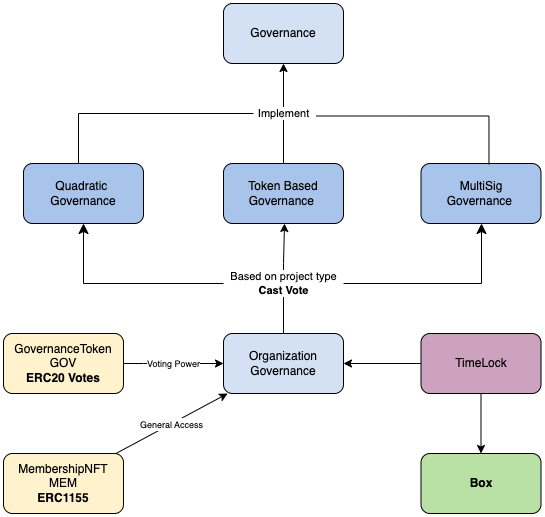
Earlier version of the draw.io export assets/contract-architecture.png (anaraicu/infra-dao). Source tidied: cells renumbered, new cells last; positions are measured from the earlier drawing's top-left corner, leaving out a move shared by most shapes. Source of this version:
```xml
<mxGraphModel>
  <root>
    <mxCell id="0" />
    <mxCell id="1" parent="0" />
    <mxCell id="2" value="MembershipNFT&lt;br&gt;MEM&lt;br&gt;&lt;b&gt;ERC1155&lt;/b&gt;" style="rounded=1;whiteSpace=wrap;html=1;fillColor=#FFF2CC;" parent="1" vertex="1">
      <mxGeometry y="450" width="120" height="60" as="geometry" />
    </mxCell>
    <mxCell id="3" value="GovernanceToken&lt;br&gt;GOV&lt;br&gt;&lt;b&gt;ERC20 Votes&lt;/b&gt;" style="rounded=1;whiteSpace=wrap;html=1;fillColor=#FFF2CC;" parent="1" vertex="1">
      <mxGeometry y="330" width="120" height="60" as="geometry" />
    </mxCell>
    <mxCell id="4" value="Organization&lt;br&gt;Governance" style="rounded=1;whiteSpace=wrap;html=1;fillColor=#D4E1F5;" parent="1" vertex="1">
      <mxGeometry x="220" y="330" width="120" height="60" as="geometry" />
    </mxCell>
    <mxCell id="5" value="Governance" style="rounded=1;whiteSpace=wrap;html=1;fillColor=#D4E1F5;" parent="1" vertex="1">
      <mxGeometry x="220" width="120" height="60" as="geometry" />
    </mxCell>
    <mxCell id="6" value="Quadratic&amp;nbsp;&lt;br&gt;Governance" style="rounded=1;whiteSpace=wrap;html=1;fillColor=#A9C4EB;" parent="1" vertex="1">
      <mxGeometry x="20" y="160" width="120" height="60" as="geometry" />
    </mxCell>
    <mxCell id="7" value="Token Based&lt;br&gt;Governance&amp;nbsp;" style="rounded=1;whiteSpace=wrap;html=1;fillColor=#A9C4EB;" parent="1" vertex="1">
      <mxGeometry x="220" y="160" width="120" height="60" as="geometry" />
    </mxCell>
    <mxCell id="8" value="MultiSig&lt;br&gt;Governance&amp;nbsp;" style="rounded=1;whiteSpace=wrap;html=1;fillColor=#A9C4EB;" parent="1" vertex="1">
      <mxGeometry x="417.5" y="160" width="120" height="60" as="geometry" />
    </mxCell>
    <mxCell id="9" value="&lt;b&gt;Box&lt;/b&gt;" style="rounded=1;whiteSpace=wrap;html=1;fillColor=#B9E0A5;" parent="1" vertex="1">
      <mxGeometry x="417.5" y="450" width="120" height="60" as="geometry" />
    </mxCell>
    <mxCell id="10" value="TimeLock" style="rounded=1;whiteSpace=wrap;html=1;fillColor=#CDA2BE;" parent="1" vertex="1">
      <mxGeometry x="417.5" y="330" width="120" height="60" as="geometry" />
    </mxCell>
    <mxCell id="11" style="endArrow=classic;html=1;rounded=0;exitX=0.5;exitY=1;exitDx=0;exitDy=0;entryX=0.5;entryY=0;entryDx=0;entryDy=0;" parent="1" edge="1" source="10" target="9">
      <mxGeometry relative="1" as="geometry" />
    </mxCell>
    <mxCell id="12" style="endArrow=classic;html=1;rounded=0;exitX=0;exitY=0.5;exitDx=0;exitDy=0;entryX=1;entryY=0.5;entryDx=0;entryDy=0;" parent="1" edge="1" source="10" target="4">
      <mxGeometry relative="1" as="geometry" />
    </mxCell>
    <mxCell id="13" style="endArrow=classic;html=1;rounded=0;" parent="1" edge="1" source="4">
      <mxGeometry relative="1" as="geometry">
        <mxPoint x="281" y="220" as="targetPoint" />
        <Array as="points">
          <mxPoint x="280" y="260" />
        </Array>
      </mxGeometry>
    </mxCell>
    <mxCell id="14" value="Based on project type&lt;br&gt;&lt;b&gt;Cast Vote&lt;/b&gt;" style="edgeLabel;html=1;align=center;verticalAlign=middle;" parent="13" vertex="1">
      <mxGeometry relative="1" as="geometry">
        <mxPoint y="5" as="offset" />
      </mxGeometry>
    </mxCell>
    <mxCell id="15" style="edgeStyle=segmentEdgeStyle;endArrow=classic;html=1;curved=0;rounded=0;endSize=8;startSize=8;entryX=0.5;entryY=1;entryDx=0;entryDy=0;" parent="1" edge="1" target="8">
      <mxGeometry relative="1" as="geometry">
        <mxPoint x="340" y="280" as="sourcePoint" />
        <Array as="points">
          <mxPoint x="478" y="280" />
          <mxPoint x="478" y="220" />
        </Array>
      </mxGeometry>
    </mxCell>
    <mxCell id="16" style="edgeStyle=segmentEdgeStyle;endArrow=classic;html=1;curved=0;rounded=0;endSize=8;startSize=8;entryX=0.5;entryY=1;entryDx=0;entryDy=0;" parent="1" edge="1" target="6">
      <mxGeometry relative="1" as="geometry">
        <mxPoint x="220" y="280" as="sourcePoint" />
        <Array as="points">
          <mxPoint x="80" y="280" />
        </Array>
      </mxGeometry>
    </mxCell>
    <mxCell id="17" style="endArrow=classic;html=1;rounded=0;entryX=0.5;entryY=1;entryDx=0;entryDy=0;exitX=0.5;exitY=0;exitDx=0;exitDy=0;" parent="1" edge="1" source="7" target="5">
      <mxGeometry relative="1" as="geometry" />
    </mxCell>
    <mxCell id="18" value="Implement" style="edgeLabel;html=1;align=center;verticalAlign=middle;" parent="17" vertex="1">
      <mxGeometry relative="1" as="geometry" />
    </mxCell>
    <mxCell id="19" style="shape=partialRectangle;whiteSpace=wrap;html=1;bottom=0;right=0;fillColor=none;rotation=90;" parent="1" vertex="1">
      <mxGeometry x="374.9" y="50.2" width="48.3" height="172.9" as="geometry" />
    </mxCell>
    <mxCell id="20" style="shape=partialRectangle;whiteSpace=wrap;html=1;bottom=0;right=0;fillColor=none;rotation=0;" parent="1" vertex="1">
      <mxGeometry x="75" y="110" width="175" height="50" as="geometry" />
    </mxCell>
    <mxCell id="21" style="endArrow=classic;html=1;rounded=0;" parent="1" edge="1" target="4">
      <mxGeometry relative="1" as="geometry">
        <mxPoint x="112.5" y="450" as="sourcePoint" />
      </mxGeometry>
    </mxCell>
    <mxCell id="22" value="&lt;font style=&quot;font-size: 9px;&quot;&gt;General Access&lt;/font&gt;" style="edgeLabel;html=1;align=center;verticalAlign=middle;" parent="21" vertex="1">
      <mxGeometry relative="1" as="geometry" />
    </mxCell>
    <mxCell id="23" style="endArrow=classic;html=1;rounded=0;exitX=1;exitY=0.5;exitDx=0;exitDy=0;entryX=0;entryY=0.5;entryDx=0;entryDy=0;" parent="1" edge="1" source="3" target="4">
      <mxGeometry relative="1" as="geometry">
        <Array as="points">
          <mxPoint x="140" y="360" />
        </Array>
      </mxGeometry>
    </mxCell>
    <mxCell id="24" value="&lt;font style=&quot;font-size: 9px;&quot;&gt;Voting Power&lt;/font&gt;" style="edgeLabel;html=1;align=center;verticalAlign=middle;" parent="23" vertex="1">
      <mxGeometry relative="1" as="geometry" />
    </mxCell>
  </root>
</mxGraphModel>
```
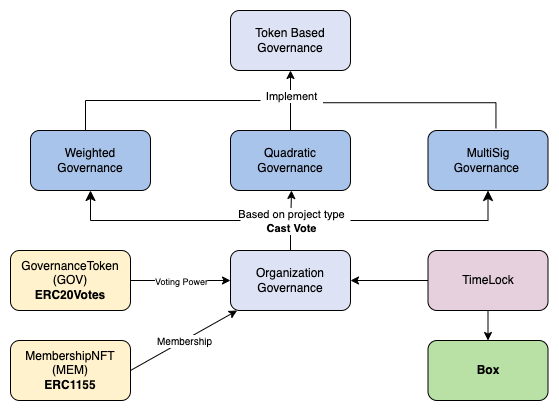
After the change.

Change to the diagram source:
```diff
@@ -2,32 +2,32 @@
   <root>
     <mxCell id="0" />
     <mxCell id="1" parent="0" />
-    <mxCell id="2" value="MembershipNFT&lt;br&gt;MEM&lt;br&gt;&lt;b&gt;ERC1155&lt;/b&gt;" style="rounded=1;whiteSpace=wrap;html=1;fillColor=#FFF2CC;" parent="1" vertex="1">
-      <mxGeometry y="450" width="120" height="60" as="geometry" />
+    <mxCell id="2" value="MembershipNFT&lt;br&gt;(MEM)&lt;br&gt;&lt;b&gt;ERC1155&lt;/b&gt;" style="rounded=1;whiteSpace=wrap;html=1;fillColor=#FFF2CC;" parent="1" vertex="1">
+      <mxGeometry y="370" width="120" height="60" as="geometry" />
     </mxCell>
-    <mxCell id="3" value="GovernanceToken&lt;br&gt;GOV&lt;br&gt;&lt;b&gt;ERC20 Votes&lt;/b&gt;" style="rounded=1;whiteSpace=wrap;html=1;fillColor=#FFF2CC;" parent="1" vertex="1">
-      <mxGeometry y="330" width="120" height="60" as="geometry" />
+    <mxCell id="3" value="GovernanceToken&lt;br&gt;(GOV)&lt;br&gt;&lt;b&gt;ERC20Votes&lt;/b&gt;" style="rounded=1;whiteSpace=wrap;html=1;fillColor=#FFF2CC;" parent="1" vertex="1">
+      <mxGeometry y="280" width="120" height="60" as="geometry" />
     </mxCell>
-    <mxCell id="4" value="Organization&lt;br&gt;Governance" style="rounded=1;whiteSpace=wrap;html=1;fillColor=#D4E1F5;" parent="1" vertex="1">
-      <mxGeometry x="220" y="330" width="120" height="60" as="geometry" />
+    <mxCell id="4" value="Organization&lt;br&gt;Governance" style="rounded=1;whiteSpace=wrap;html=1;fillColor=#DDE3F5;" parent="1" vertex="1">
+      <mxGeometry x="220" y="280" width="120" height="60" as="geometry" />
     </mxCell>
-    <mxCell id="5" value="Governance" style="rounded=1;whiteSpace=wrap;html=1;fillColor=#D4E1F5;" parent="1" vertex="1">
-      <mxGeometry x="220" width="120" height="60" as="geometry" />
+    <mxCell id="5" value="Token Based Governance" style="rounded=1;whiteSpace=wrap;html=1;fillColor=#DDE3F5;" parent="1" vertex="1">
+      <mxGeometry x="220" y="40" width="120" height="60" as="geometry" />
     </mxCell>
-    <mxCell id="6" value="Quadratic&amp;nbsp;&lt;br&gt;Governance" style="rounded=1;whiteSpace=wrap;html=1;fillColor=#A9C4EB;" parent="1" vertex="1">
+    <mxCell id="6" value="Weighted&lt;br&gt;Governance" style="rounded=1;whiteSpace=wrap;html=1;fillColor=#A9C4EB;" parent="1" vertex="1">
       <mxGeometry x="20" y="160" width="120" height="60" as="geometry" />
     </mxCell>
-    <mxCell id="7" value="Token Based&lt;br&gt;Governance&amp;nbsp;" style="rounded=1;whiteSpace=wrap;html=1;fillColor=#A9C4EB;" parent="1" vertex="1">
+    <mxCell id="7" value="Quadratic Governance" style="rounded=1;whiteSpace=wrap;html=1;fillColor=#A9C4EB;" parent="1" vertex="1">
       <mxGeometry x="220" y="160" width="120" height="60" as="geometry" />
     </mxCell>
     <mxCell id="8" value="MultiSig&lt;br&gt;Governance&amp;nbsp;" style="rounded=1;whiteSpace=wrap;html=1;fillColor=#A9C4EB;" parent="1" vertex="1">
       <mxGeometry x="417.5" y="160" width="120" height="60" as="geometry" />
     </mxCell>
     <mxCell id="9" value="&lt;b&gt;Box&lt;/b&gt;" style="rounded=1;whiteSpace=wrap;html=1;fillColor=#B9E0A5;" parent="1" vertex="1">
-      <mxGeometry x="417.5" y="450" width="120" height="60" as="geometry" />
+      <mxGeometry x="417.5" y="370" width="120" height="60" as="geometry" />
     </mxCell>
-    <mxCell id="10" value="TimeLock" style="rounded=1;whiteSpace=wrap;html=1;fillColor=#CDA2BE;" parent="1" vertex="1">
-      <mxGeometry x="417.5" y="330" width="120" height="60" as="geometry" />
+    <mxCell id="10" value="TimeLock" style="rounded=1;whiteSpace=wrap;html=1;fillColor=#E6D0DE;" parent="1" vertex="1">
+      <mxGeometry x="417.5" y="280" width="120" height="60" as="geometry" />
     </mxCell>
     <mxCell id="11" style="endArrow=classic;html=1;rounded=0;exitX=0.5;exitY=1;exitDx=0;exitDy=0;entryX=0.5;entryY=0;entryDx=0;entryDy=0;" parent="1" edge="1" source="10" target="9">
       <mxGeometry relative="1" as="geometry" />
@@ -44,24 +44,23 @@
       </mxGeometry>
     </mxCell>
     <mxCell id="14" value="Based on project type&lt;br&gt;&lt;b&gt;Cast Vote&lt;/b&gt;" style="edgeLabel;html=1;align=center;verticalAlign=middle;" parent="13" vertex="1">
-      <mxGeometry relative="1" as="geometry">
-        <mxPoint y="5" as="offset" />
-      </mxGeometry>
+      <mxGeometry relative="1" as="geometry" />
     </mxCell>
     <mxCell id="15" style="edgeStyle=segmentEdgeStyle;endArrow=classic;html=1;curved=0;rounded=0;endSize=8;startSize=8;entryX=0.5;entryY=1;entryDx=0;entryDy=0;" parent="1" edge="1" target="8">
       <mxGeometry relative="1" as="geometry">
-        <mxPoint x="340" y="280" as="sourcePoint" />
+        <mxPoint x="340" y="250" as="sourcePoint" />
         <Array as="points">
-          <mxPoint x="478" y="280" />
-          <mxPoint x="478" y="220" />
+          <mxPoint x="340" y="250" />
+          <mxPoint x="478" y="250" />
         </Array>
       </mxGeometry>
     </mxCell>
     <mxCell id="16" style="edgeStyle=segmentEdgeStyle;endArrow=classic;html=1;curved=0;rounded=0;endSize=8;startSize=8;entryX=0.5;entryY=1;entryDx=0;entryDy=0;" parent="1" edge="1" target="6">
       <mxGeometry relative="1" as="geometry">
-        <mxPoint x="220" y="280" as="sourcePoint" />
+        <mxPoint x="230" y="250" as="sourcePoint" />
         <Array as="points">
-          <mxPoint x="80" y="280" />
+          <mxPoint x="230" y="250" />
+          <mxPoint x="80" y="250" />
         </Array>
       </mxGeometry>
     </mxCell>
@@ -69,28 +68,24 @@
       <mxGeometry relative="1" as="geometry" />
     </mxCell>
     <mxCell id="18" value="Implement" style="edgeLabel;html=1;align=center;verticalAlign=middle;" parent="17" vertex="1">
-      <mxGeometry relative="1" as="geometry" />
+      <mxGeometry relative="1" as="geometry">
+        <mxPoint y="-5" as="offset" />
+      </mxGeometry>
     </mxCell>
     <mxCell id="19" style="shape=partialRectangle;whiteSpace=wrap;html=1;bottom=0;right=0;fillColor=none;rotation=90;" parent="1" vertex="1">
-      <mxGeometry x="374.9" y="50.2" width="48.3" height="172.9" as="geometry" />
+      <mxGeometry x="386.2" y="58.5" width="25.5" height="172.9" as="geometry" />
     </mxCell>
     <mxCell id="20" style="shape=partialRectangle;whiteSpace=wrap;html=1;bottom=0;right=0;fillColor=none;rotation=0;" parent="1" vertex="1">
-      <mxGeometry x="75" y="110" width="175" height="50" as="geometry" />
+      <mxGeometry x="75" y="130" width="175" height="30" as="geometry" />
     </mxCell>
-    <mxCell id="21" style="endArrow=classic;html=1;rounded=0;" parent="1" edge="1" target="4">
-      <mxGeometry relative="1" as="geometry">
-        <mxPoint x="112.5" y="450" as="sourcePoint" />
-      </mxGeometry>
+    <mxCell id="21" style="endArrow=classic;html=1;rounded=0;exitX=1;exitY=0.5;exitDx=0;exitDy=0;" parent="1" edge="1" source="2" target="4">
+      <mxGeometry relative="1" as="geometry" />
     </mxCell>
-    <mxCell id="22" value="&lt;font style=&quot;font-size: 9px;&quot;&gt;General Access&lt;/font&gt;" style="edgeLabel;html=1;align=center;verticalAlign=middle;" parent="21" vertex="1">
+    <mxCell id="22" value="&lt;font size=&quot;1&quot;&gt;Membership&lt;/font&gt;" style="edgeLabel;html=1;align=center;verticalAlign=middle;" parent="21" vertex="1">
       <mxGeometry relative="1" as="geometry" />
     </mxCell>
     <mxCell id="23" style="endArrow=classic;html=1;rounded=0;exitX=1;exitY=0.5;exitDx=0;exitDy=0;entryX=0;entryY=0.5;entryDx=0;entryDy=0;" parent="1" edge="1" source="3" target="4">
-      <mxGeometry relative="1" as="geometry">
-        <Array as="points">
-          <mxPoint x="140" y="360" />
-        </Array>
-      </mxGeometry>
+      <mxGeometry relative="1" as="geometry" />
     </mxCell>
     <mxCell id="24" value="&lt;font style=&quot;font-size: 9px;&quot;&gt;Voting Power&lt;/font&gt;" style="edgeLabel;html=1;align=center;verticalAlign=middle;" parent="23" vertex="1">
       <mxGeometry relative="1" as="geometry" />
```
